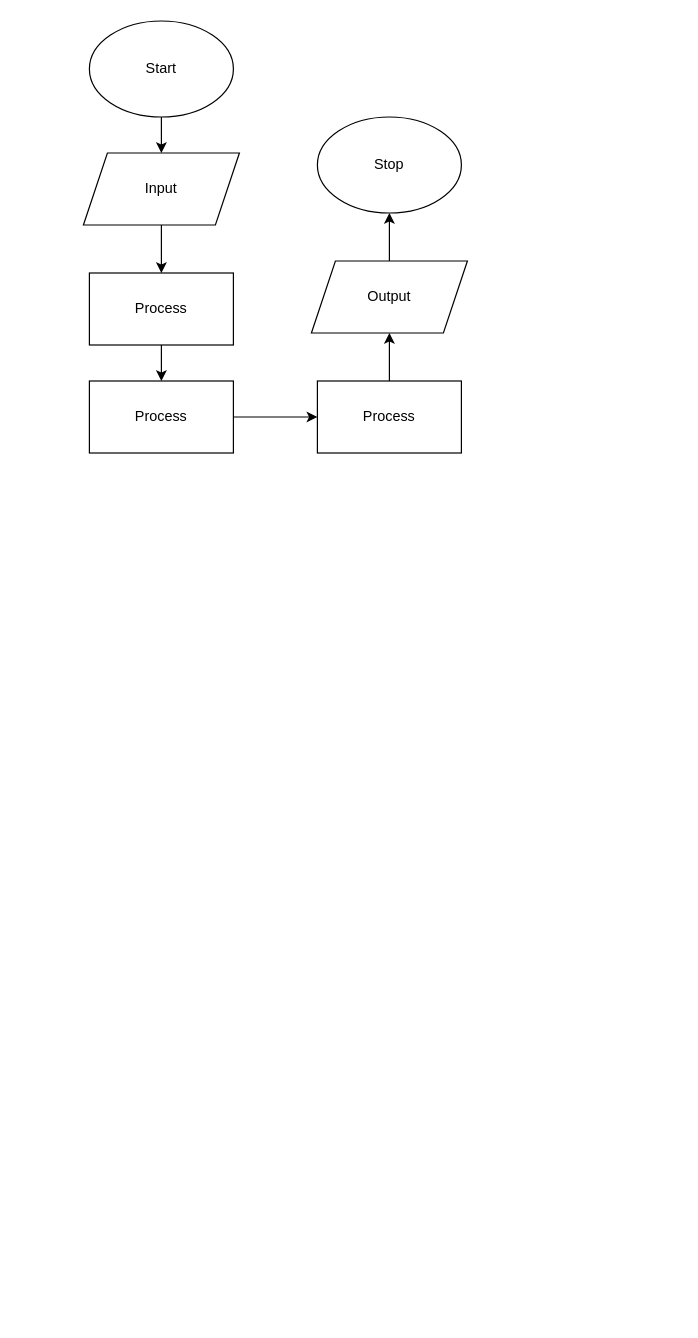
This is flowchart.drawio from Aleksandr-Ten/ICS3U-Unit4-01-Python, a draw.io file, before an edit. Source tidied: cells renumbered, new cells numbered last; positions are measured from the earlier drawing's top-left corner, leaving out a move shared by most shapes. Both pictures are drawn from the tidied source at 120%, with x=0, y=0 at pixel (83, 20).
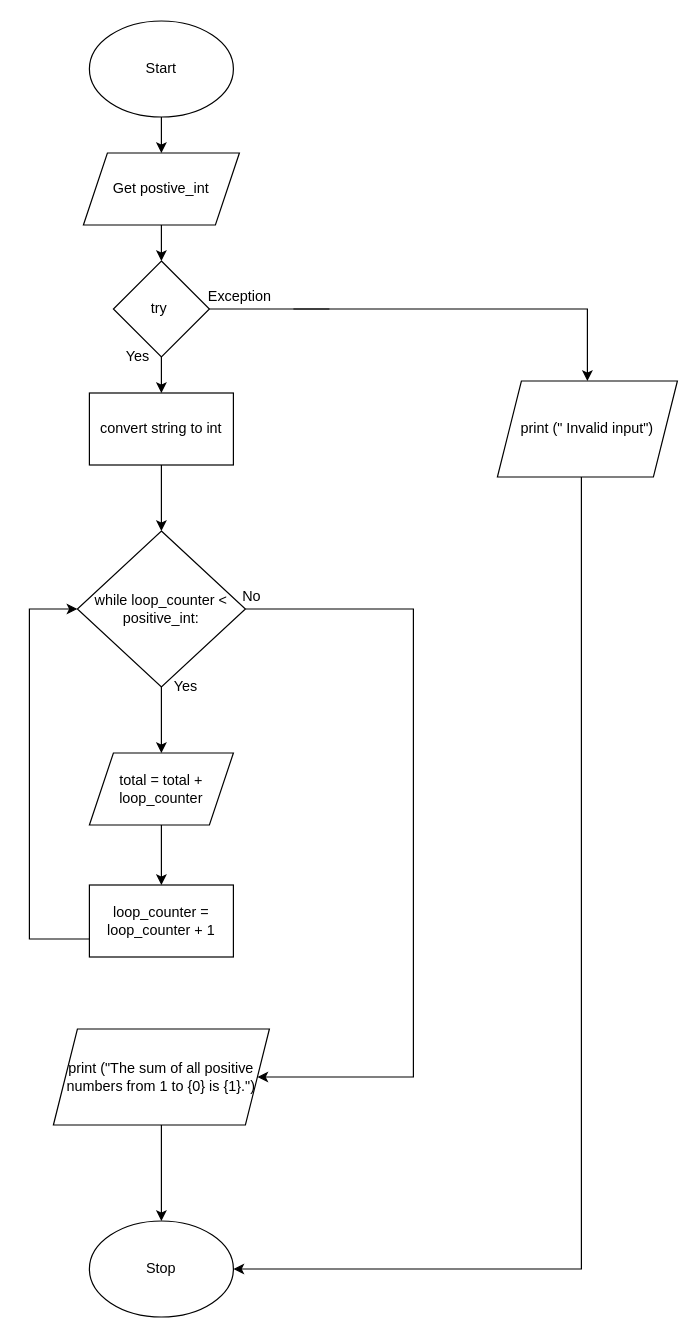
Above is the later version.

Change to the diagram source:
```diff
@@
-    <mxCell id="4" style="edgeStyle=none;html=1;exitX=0.5;exitY=1;exitDx=0;exitDy=0;entryX=0.5;entryY=0;entryDx=0;entryDy=0;" parent="1" edge="1" source="5" target="7">
-      <mxGeometry relative="1" as="geometry" />
+    <mxCell id="4" style="edgeStyle=none;html=1;exitX=0.5;exitY=1;exitDx=0;exitDy=0;entryX=0.5;entryY=0;entryDx=0;entryDy=0;" parent="1" edge="1" source="5">
+      <mxGeometry relative="1" as="geometry">
+        <mxPoint x="65" y="200" as="targetPoint" />
+      </mxGeometry>
     </mxCell>
-    <mxCell id="5" value="Input" style="shape=parallelogram;perimeter=parallelogramPerimeter;whiteSpace=wrap;html=1;fixedSize=1;" parent="1" vertex="1">
+    <mxCell id="5" value="Get postive_int" style="shape=parallelogram;perimeter=parallelogramPerimeter;whiteSpace=wrap;html=1;fixedSize=1;" parent="1" vertex="1">
       <mxGeometry y="110" width="130" height="60" as="geometry" />
     </mxCell>
-    <mxCell id="6" style="edgeStyle=none;html=1;exitX=0.5;exitY=1;exitDx=0;exitDy=0;" parent="1" edge="1" source="7" target="9">
-      <mxGeometry relative="1" as="geometry" />
-    </mxCell>
-    <mxCell id="7" value="Process" style="rounded=0;whiteSpace=wrap;html=1;" parent="1" vertex="1">
-      <mxGeometry x="5" y="210" width="120" height="60" as="geometry" />
-    </mxCell>
-    <mxCell id="8" style="edgeStyle=none;html=1;exitX=1;exitY=0.5;exitDx=0;exitDy=0;entryX=0;entryY=0.5;entryDx=0;entryDy=0;" parent="1" edge="1" source="9" target="11">
-      <mxGeometry relative="1" as="geometry" />
-    </mxCell>
-    <mxCell id="9" value="Process" style="rounded=0;whiteSpace=wrap;html=1;" parent="1" vertex="1">
-      <mxGeometry x="5" y="300" width="120" height="60" as="geometry" />
-    </mxCell>
-    <mxCell id="10" style="edgeStyle=none;html=1;exitX=0.5;exitY=0;exitDx=0;exitDy=0;" parent="1" edge="1" source="11" target="13">
-      <mxGeometry relative="1" as="geometry" />
-    </mxCell>
-    <mxCell id="11" value="Process" style="rounded=0;whiteSpace=wrap;html=1;" parent="1" vertex="1">
-      <mxGeometry x="195" y="300" width="120" height="60" as="geometry" />
-    </mxCell>
+    <mxCell id="15" style="edgeStyle=none;html=1;exitX=0.5;exitY=1;exitDx=0;exitDy=0;entryX=0.5;entryY=0;entryDx=0;entryDy=0;" parent="1" edge="1" source="12" target="18">
+      <mxGeometry relative="1" as="geometry" />
+    </mxCell>
+    <mxCell id="16" style="edgeStyle=orthogonalEdgeStyle;rounded=0;html=1;entryX=0.5;entryY=0;entryDx=0;entryDy=0;startArrow=none;" parent="1" edge="1" target="29">
+      <mxGeometry relative="1" as="geometry">
+        <mxPoint x="175" y="240" as="sourcePoint" />
+        <Array as="points">
+          <mxPoint x="200" y="240" />
+          <mxPoint x="420" y="240" />
+        </Array>
+      </mxGeometry>
+    </mxCell>
-    <mxCell id="12" style="edgeStyle=none;html=1;" parent="1" edge="1" source="13" target="14">
-      <mxGeometry relative="1" as="geometry" />
+    <mxCell id="12" value="try&amp;nbsp;" style="rhombus;whiteSpace=wrap;html=1;" parent="1" vertex="1">
+      <mxGeometry x="25" y="200" width="80" height="80" as="geometry" />
     </mxCell>
-    <mxCell id="13" value="Output" style="shape=parallelogram;perimeter=parallelogramPerimeter;whiteSpace=wrap;html=1;fixedSize=1;" parent="1" vertex="1">
-      <mxGeometry x="190" y="200" width="130" height="60" as="geometry" />
-    </mxCell>
+    <mxCell id="17" style="edgeStyle=none;html=1;entryX=0.5;entryY=0;entryDx=0;entryDy=0;" parent="1" edge="1" source="18" target="21">
+      <mxGeometry relative="1" as="geometry" />
+    </mxCell>
+    <mxCell id="18" value="convert string to int" style="rounded=0;whiteSpace=wrap;html=1;" parent="1" vertex="1">
+      <mxGeometry x="5" y="310" width="120" height="60" as="geometry" />
+    </mxCell>
+    <mxCell id="19" style="edgeStyle=none;html=1;exitX=0.5;exitY=1;exitDx=0;exitDy=0;entryX=0.5;entryY=0;entryDx=0;entryDy=0;" parent="1" edge="1" source="21" target="25">
+      <mxGeometry relative="1" as="geometry" />
+    </mxCell>
+    <mxCell id="20" style="edgeStyle=orthogonalEdgeStyle;rounded=0;html=1;" parent="1" edge="1" source="21" target="27">
+      <mxGeometry relative="1" as="geometry">
+        <Array as="points">
+          <mxPoint x="275" y="490" />
+          <mxPoint x="275" y="880" />
+        </Array>
+      </mxGeometry>
+    </mxCell>
+    <mxCell id="21" value="while loop_counter &amp;lt; positive_int:" style="rhombus;whiteSpace=wrap;html=1;" parent="1" vertex="1">
+      <mxGeometry x="-5" y="425" width="140" height="130" as="geometry" />
+    </mxCell>
+    <mxCell id="22" style="edgeStyle=orthogonalEdgeStyle;html=1;exitX=0;exitY=0.75;exitDx=0;exitDy=0;entryX=0;entryY=0.5;entryDx=0;entryDy=0;rounded=0;" parent="1" edge="1" source="23" target="21">
+      <mxGeometry relative="1" as="geometry">
+        <Array as="points">
+          <mxPoint x="-45" y="765" />
+          <mxPoint x="-45" y="490" />
+        </Array>
+      </mxGeometry>
+    </mxCell>
+    <mxCell id="23" value="&lt;span&gt;loop_counter = loop_counter + 1&lt;/span&gt;" style="rounded=0;whiteSpace=wrap;html=1;" parent="1" vertex="1">
+      <mxGeometry x="5" y="720" width="120" height="60" as="geometry" />
+    </mxCell>
+    <mxCell id="24" style="edgeStyle=none;html=1;" parent="1" edge="1" source="25" target="23">
+      <mxGeometry relative="1" as="geometry" />
+    </mxCell>
+    <mxCell id="25" value="total = total + loop_counter" style="shape=parallelogram;perimeter=parallelogramPerimeter;whiteSpace=wrap;html=1;fixedSize=1;" parent="1" vertex="1">
+      <mxGeometry x="5" y="610" width="120" height="60" as="geometry" />
+    </mxCell>
+    <mxCell id="26" style="edgeStyle=orthogonalEdgeStyle;rounded=0;html=1;" parent="1" edge="1" source="27" target="14">
+      <mxGeometry relative="1" as="geometry" />
+    </mxCell>
+    <mxCell id="27" value="print (&quot;The sum of all positive numbers from 1 to {0} is {1}.&quot;)" style="shape=parallelogram;perimeter=parallelogramPerimeter;whiteSpace=wrap;html=1;fixedSize=1;" parent="1" vertex="1">
+      <mxGeometry x="-25" y="840" width="180" height="80" as="geometry" />
+    </mxCell>
     <mxCell id="14" value="Stop" style="ellipse;whiteSpace=wrap;html=1;" parent="1" vertex="1">
-      <mxGeometry x="195" y="80" width="120" height="80" as="geometry" />
+      <mxGeometry x="5" y="1000" width="120" height="80" as="geometry" />
     </mxCell>
+    <mxCell id="28" style="edgeStyle=orthogonalEdgeStyle;rounded=0;html=1;entryX=1;entryY=0.5;entryDx=0;entryDy=0;" parent="1" edge="1" source="29" target="14">
+      <mxGeometry relative="1" as="geometry">
+        <Array as="points">
+          <mxPoint x="415" y="1040" />
+        </Array>
+      </mxGeometry>
+    </mxCell>
+    <mxCell id="29" value="print (&quot; Invalid input&quot;)" style="shape=parallelogram;perimeter=parallelogramPerimeter;whiteSpace=wrap;html=1;fixedSize=1;" parent="1" vertex="1">
+      <mxGeometry x="345" y="300" width="150" height="80" as="geometry" />
+    </mxCell>
+    <mxCell id="30" value="Yes" style="text;html=1;align=center;verticalAlign=middle;fillColor=none;strokeColor=none;rounded=0;" parent="1" vertex="1">
+      <mxGeometry x="25" y="270" width="40" height="20" as="geometry" />
+    </mxCell>
+    <mxCell id="31" style="edgeStyle=orthogonalEdgeStyle;rounded=0;html=1;exitX=1;exitY=0.5;exitDx=0;exitDy=0;endArrow=none;" parent="1" edge="1" source="12">
+      <mxGeometry relative="1" as="geometry">
+        <mxPoint x="205" y="240" as="targetPoint" />
+      </mxGeometry>
+    </mxCell>
+    <mxCell id="32" value="Exception" style="text;html=1;align=center;verticalAlign=middle;fillColor=none;strokeColor=none;rounded=0;" parent="1" vertex="1">
+      <mxGeometry x="95" y="220" width="70" height="20" as="geometry" />
+    </mxCell>
+    <mxCell id="33" value="Yes" style="text;html=1;align=center;verticalAlign=middle;fillColor=none;strokeColor=none;rounded=0;" parent="1" vertex="1">
+      <mxGeometry x="65" y="545" width="40" height="20" as="geometry" />
+    </mxCell>
+    <mxCell id="34" value="No" style="text;html=1;align=center;verticalAlign=middle;fillColor=none;strokeColor=none;rounded=0;" parent="1" vertex="1">
+      <mxGeometry x="125" y="470" width="30" height="20" as="geometry" />
+    </mxCell>
```
